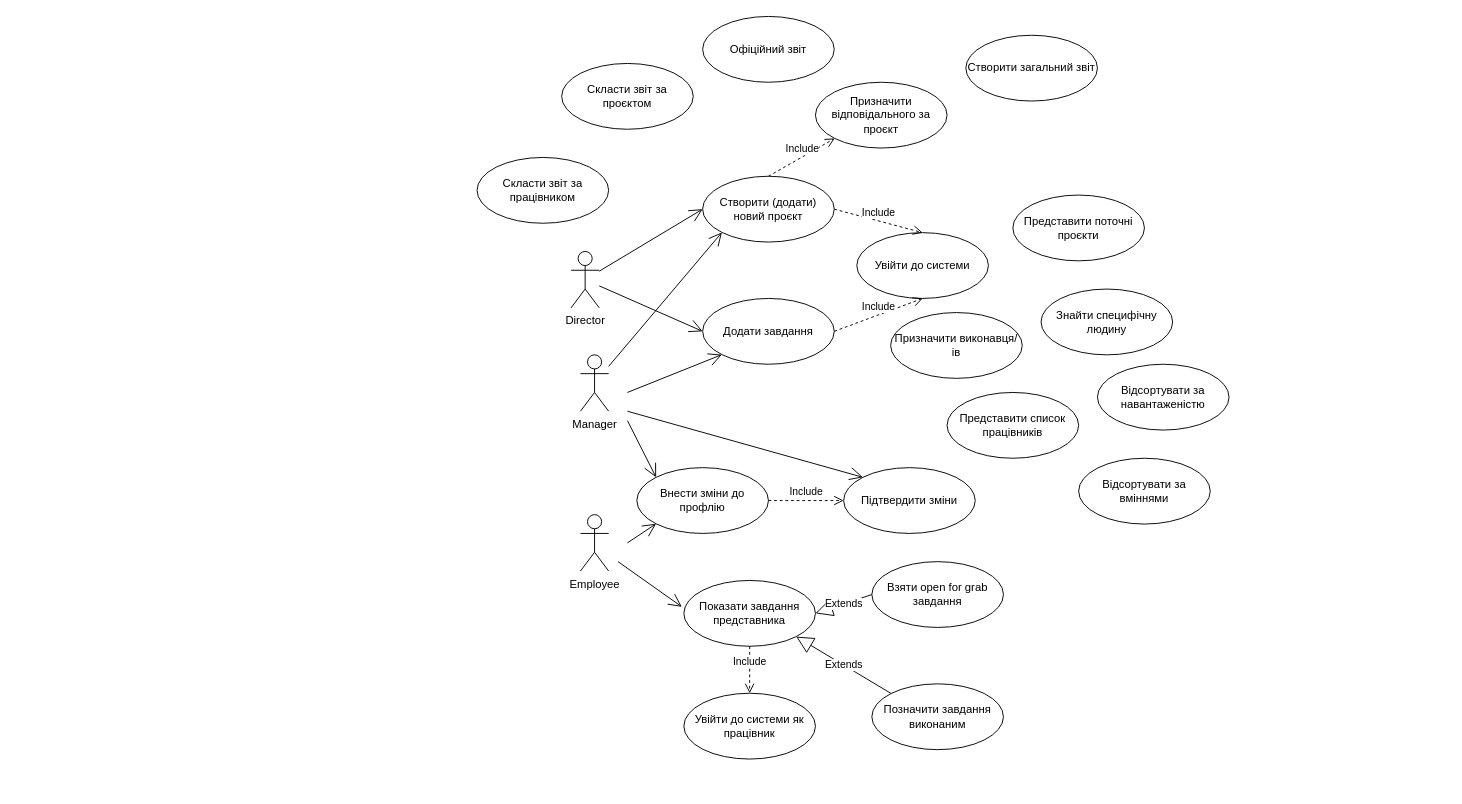
OleksandrPanasenko/AIS_projects-for-university- keeps this draw.io diagram as Діаграма без назви.drawio. Above is the earlier version. Source tidied: cells renumbered, new cells numbered last; positions are measured from the earlier drawing's top-left corner, leaving out a move shared by most shapes. Both pictures are drawn from the tidied source at 94%, with x=0, y=0 at pixel (477, 16).
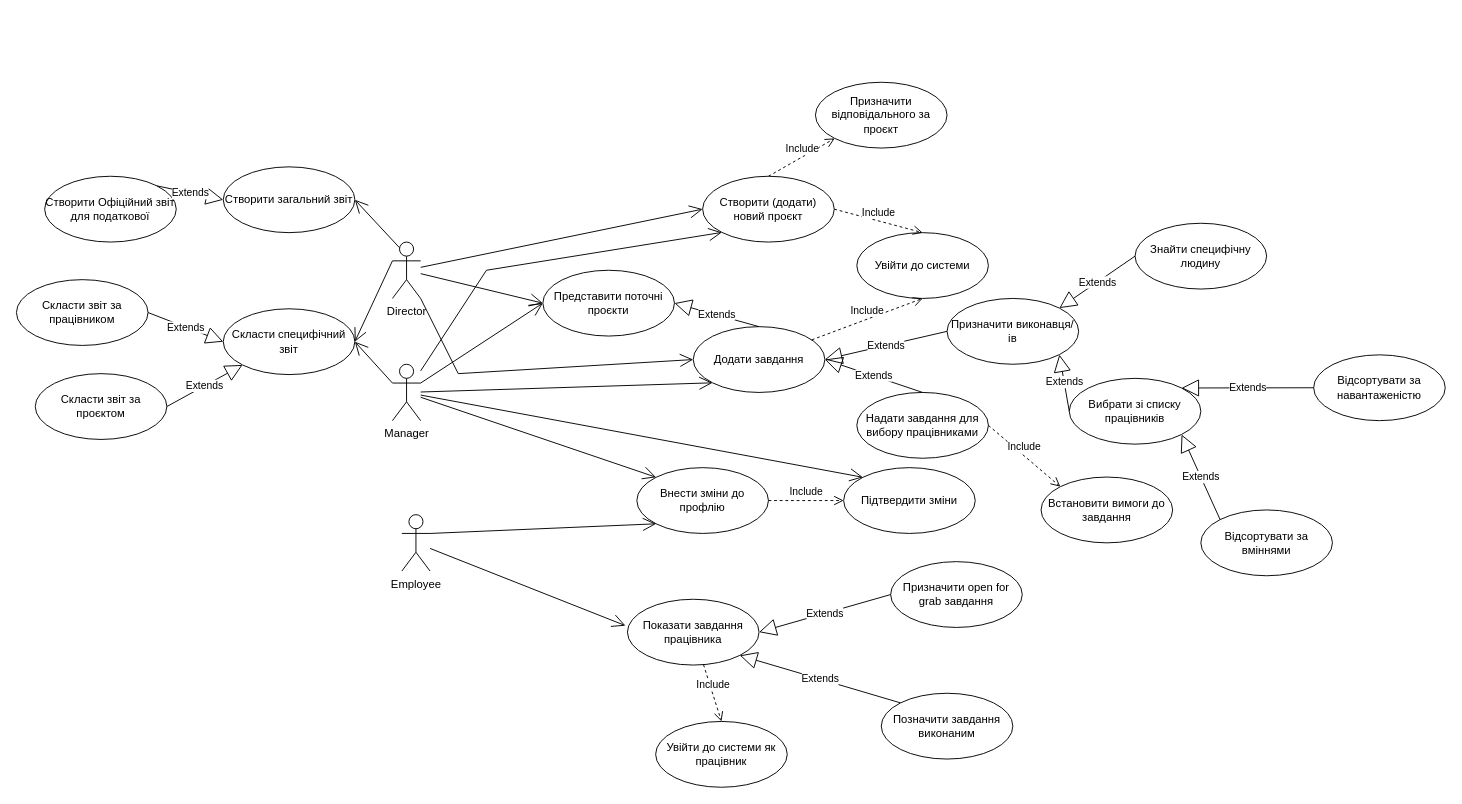
The same diagram, later.

Commit message:
More changes. I have to think more on this

The change refers to these unchanged cells:
```xml
<mxCell id="5" value="Створити (додати) новий проєкт" style="ellipse;whiteSpace=wrap;html=1;" parent="1" vertex="1">
  <mxGeometry x="240" y="170" width="140" height="70" as="geometry" />
</mxCell>
<mxCell id="6" value="Увійти до системи" style="ellipse;whiteSpace=wrap;html=1;" parent="1" vertex="1">
  <mxGeometry x="404" y="230" width="140" height="70" as="geometry" />
</mxCell>
<mxCell id="13" value="Внести зміни до профлію" style="ellipse;whiteSpace=wrap;html=1;" parent="1" vertex="1">
  <mxGeometry x="170" y="480" width="140" height="70" as="geometry" />
</mxCell>
<mxCell id="15" value="Підтвердити зміни" style="ellipse;whiteSpace=wrap;html=1;" parent="1" vertex="1">
  <mxGeometry x="390" y="480" width="140" height="70" as="geometry" />
</mxCell>
```

Change to the diagram source:
```diff
@@
     <mxCell id="2" value="Employee" style="shape=umlActor;verticalLabelPosition=bottom;verticalAlign=top;html=1;outlineConnect=0;" parent="1" vertex="1">
-      <mxGeometry x="110" y="530" width="30" height="60" as="geometry" />
+      <mxGeometry x="-80" y="530" width="30" height="60" as="geometry" />
     </mxCell>
     <mxCell id="3" value="Manager" style="shape=umlActor;verticalLabelPosition=bottom;verticalAlign=top;html=1;outlineConnect=0;" parent="1" vertex="1">
-      <mxGeometry x="110" y="360" width="30" height="60" as="geometry" />
+      <mxGeometry x="-90" y="370" width="30" height="60" as="geometry" />
     </mxCell>
     <mxCell id="4" value="Director" style="shape=umlActor;verticalLabelPosition=bottom;verticalAlign=top;html=1;outlineConnect=0;" parent="1" vertex="1">
-      <mxGeometry x="100" y="250" width="30" height="60" as="geometry" />
+      <mxGeometry x="-90" y="240" width="30" height="60" as="geometry" />
     </mxCell>
@@
     <mxCell id="8" value="Додати завдання" style="ellipse;whiteSpace=wrap;html=1;" parent="1" vertex="1">
-      <mxGeometry x="240" y="300" width="140" height="70" as="geometry" />
+      <mxGeometry x="230" y="330" width="140" height="70" as="geometry" />
     </mxCell>
-    <mxCell id="9" value="Показати завдання представника" style="ellipse;whiteSpace=wrap;html=1;" parent="1" vertex="1">
-      <mxGeometry x="220" y="600" width="140" height="70" as="geometry" />
+    <mxCell id="9" value="Показати завдання працівника" style="ellipse;whiteSpace=wrap;html=1;" parent="1" vertex="1">
+      <mxGeometry x="160" y="620" width="140" height="70" as="geometry" />
     </mxCell>
-    <mxCell id="10" value="Взяти open for grab завдання" style="ellipse;whiteSpace=wrap;html=1;" parent="1" vertex="1">
-      <mxGeometry x="420" y="580" width="140" height="70" as="geometry" />
+    <mxCell id="10" value="Призначити open for grab завдання" style="ellipse;whiteSpace=wrap;html=1;" parent="1" vertex="1">
+      <mxGeometry x="440" y="580" width="140" height="70" as="geometry" />
     </mxCell>
     <mxCell id="11" value="Створити загальний звіт" style="ellipse;whiteSpace=wrap;html=1;" parent="1" vertex="1">
-      <mxGeometry x="520" y="20" width="140" height="70" as="geometry" />
+      <mxGeometry x="-270" y="160" width="140" height="70" as="geometry" />
     </mxCell>
@@
-    <mxCell id="14" value="Include" style="html=1;verticalAlign=bottom;endArrow=open;dashed=1;endSize=8;curved=0;rounded=0;exitX=1;exitY=0.5;exitDx=0;exitDy=0;entryX=0.5;entryY=1;entryDx=0;entryDy=0;" parent="1" edge="1" source="8" target="6">
+    <mxCell id="14" value="Include" style="html=1;verticalAlign=bottom;endArrow=open;dashed=1;endSize=8;curved=0;rounded=0;entryX=0.5;entryY=1;entryDx=0;entryDy=0;" parent="1" edge="1" source="8" target="6">
       <mxGeometry relative="1" as="geometry" />
     </mxCell>
@@
     <mxCell id="16" value="Представити поточні проєкти" style="ellipse;whiteSpace=wrap;html=1;" parent="1" vertex="1">
-      <mxGeometry x="570" y="190" width="140" height="70" as="geometry" />
+      <mxGeometry x="70" y="270" width="140" height="70" as="geometry" />
     </mxCell>
@@
     <mxCell id="18" style="endArrow=open;endFill=1;endSize=12;html=1;rounded=0;entryX=0;entryY=0.5;entryDx=0;entryDy=0;" parent="1" edge="1" source="4" target="8">
-      <mxGeometry relative="1" as="geometry" />
+      <mxGeometry relative="1" as="geometry">
+        <Array as="points">
+          <mxPoint x="-20" y="380" />
+        </Array>
+      </mxGeometry>
     </mxCell>
     <mxCell id="19" style="endArrow=open;endFill=1;endSize=12;html=1;rounded=0;entryX=0;entryY=1;entryDx=0;entryDy=0;" parent="1" edge="1" source="3" target="5">
-      <mxGeometry relative="1" as="geometry" />
+      <mxGeometry relative="1" as="geometry">
+        <Array as="points">
+          <mxPoint x="10" y="270" />
+        </Array>
+      </mxGeometry>
     </mxCell>
-    <mxCell id="20" style="endArrow=open;endFill=1;endSize=12;html=1;rounded=0;entryX=0;entryY=1;entryDx=0;entryDy=0;" parent="1" edge="1" target="8">
-      <mxGeometry relative="1" as="geometry">
-        <mxPoint x="160" y="400" as="sourcePoint" />
-      </mxGeometry>
+    <mxCell id="20" style="endArrow=open;endFill=1;endSize=12;html=1;rounded=0;entryX=0;entryY=1;entryDx=0;entryDy=0;" parent="1" edge="1" source="3" target="8">
+      <mxGeometry relative="1" as="geometry" />
     </mxCell>
@@
     <mxCell id="23" value="Увійти до системи як працівник" style="ellipse;whiteSpace=wrap;html=1;" parent="1" vertex="1">
-      <mxGeometry x="220" y="720" width="140" height="70" as="geometry" />
+      <mxGeometry x="190" y="750" width="140" height="70" as="geometry" />
     </mxCell>
@@
-    <mxCell id="25" style="endArrow=open;endFill=1;endSize=12;html=1;rounded=0;entryX=0;entryY=0;entryDx=0;entryDy=0;" parent="1" edge="1" target="15">
-      <mxGeometry relative="1" as="geometry">
-        <mxPoint x="160" y="420" as="sourcePoint" />
-      </mxGeometry>
+    <mxCell id="25" style="endArrow=open;endFill=1;endSize=12;html=1;rounded=0;entryX=0;entryY=0;entryDx=0;entryDy=0;" parent="1" edge="1" source="3" target="15">
+      <mxGeometry relative="1" as="geometry" />
     </mxCell>
-    <mxCell id="26" style="endArrow=open;endFill=1;endSize=12;html=1;rounded=0;entryX=0;entryY=0;entryDx=0;entryDy=0;" parent="1" edge="1" target="13">
-      <mxGeometry relative="1" as="geometry">
-        <mxPoint x="160" y="430" as="sourcePoint" />
-      </mxGeometry>
+    <mxCell id="26" style="endArrow=open;endFill=1;endSize=12;html=1;rounded=0;entryX=0;entryY=0;entryDx=0;entryDy=0;" parent="1" edge="1" source="3" target="13">
+      <mxGeometry relative="1" as="geometry" />
     </mxCell>
-    <mxCell id="27" style="endArrow=open;endFill=1;endSize=12;html=1;rounded=0;entryX=-0.015;entryY=0.401;entryDx=0;entryDy=0;entryPerimeter=0;" parent="1" edge="1" target="9">
-      <mxGeometry relative="1" as="geometry">
-        <mxPoint x="150" y="580" as="sourcePoint" />
-      </mxGeometry>
+    <mxCell id="27" style="endArrow=open;endFill=1;endSize=12;html=1;rounded=0;entryX=-0.015;entryY=0.401;entryDx=0;entryDy=0;entryPerimeter=0;" parent="1" edge="1" source="2" target="9">
+      <mxGeometry relative="1" as="geometry" />
     </mxCell>
@@
-    <mxCell id="29" style="endArrow=open;endFill=1;endSize=12;html=1;rounded=0;entryX=0;entryY=1;entryDx=0;entryDy=0;" parent="1" edge="1" target="13">
-      <mxGeometry relative="1" as="geometry">
-        <mxPoint x="160" y="560" as="sourcePoint" />
-      </mxGeometry>
+    <mxCell id="29" style="endArrow=open;endFill=1;endSize=12;html=1;rounded=0;entryX=0;entryY=1;entryDx=0;entryDy=0;exitX=1;exitY=0.3333333333333333;exitDx=0;exitDy=0;exitPerimeter=0;" parent="1" edge="1" source="2" target="13">
+      <mxGeometry relative="1" as="geometry" />
     </mxCell>
     <mxCell id="30" value="Призначити виконавця/ів" style="ellipse;whiteSpace=wrap;html=1;" parent="1" vertex="1">
-      <mxGeometry x="440" y="315" width="140" height="70" as="geometry" />
+      <mxGeometry x="500" y="300" width="140" height="70" as="geometry" />
     </mxCell>
@@
     <mxCell id="32" value="Позначити завдання виконаним" style="ellipse;whiteSpace=wrap;html=1;" parent="1" vertex="1">
-      <mxGeometry x="420" y="710" width="140" height="70" as="geometry" />
+      <mxGeometry x="430" y="720" width="140" height="70" as="geometry" />
     </mxCell>
-    <mxCell id="33" value="Офіційний звіт" style="ellipse;whiteSpace=wrap;html=1;" parent="1" vertex="1">
-      <mxGeometry x="240" width="140" height="70" as="geometry" />
+    <mxCell id="33" value="Створити Офіційний звіт для податкової" style="ellipse;whiteSpace=wrap;html=1;" parent="1" vertex="1">
+      <mxGeometry x="-460" y="170" width="140" height="70" as="geometry" />
     </mxCell>
     <mxCell id="34" value="Скласти звіт за проєктом" style="ellipse;whiteSpace=wrap;html=1;" parent="1" vertex="1">
-      <mxGeometry x="90" y="50" width="140" height="70" as="geometry" />
+      <mxGeometry x="-470" y="380" width="140" height="70" as="geometry" />
     </mxCell>
     <mxCell id="35" value="Скласти звіт за працівником" style="ellipse;whiteSpace=wrap;html=1;" parent="1" vertex="1">
-      <mxGeometry y="150" width="140" height="70" as="geometry" />
+      <mxGeometry x="-490" y="280" width="140" height="70" as="geometry" />
     </mxCell>
     <mxCell id="36" value="Знайти специфічну людину" style="ellipse;whiteSpace=wrap;html=1;" parent="1" vertex="1">
-      <mxGeometry x="600" y="290" width="140" height="70" as="geometry" />
+      <mxGeometry x="700" y="220" width="140" height="70" as="geometry" />
     </mxCell>
-    <mxCell id="37" value="Представити список працівників" style="ellipse;whiteSpace=wrap;html=1;" parent="1" vertex="1">
-      <mxGeometry x="500" y="400" width="140" height="70" as="geometry" />
+    <mxCell id="37" value="Вибрати зі списку працівників" style="ellipse;whiteSpace=wrap;html=1;" parent="1" vertex="1">
+      <mxGeometry x="630" y="385" width="140" height="70" as="geometry" />
     </mxCell>
     <mxCell id="38" value="Відсортувати за навантаженістю" style="ellipse;whiteSpace=wrap;html=1;" parent="1" vertex="1">
-      <mxGeometry x="660" y="370" width="140" height="70" as="geometry" />
+      <mxGeometry x="890" y="360" width="140" height="70" as="geometry" />
     </mxCell>
     <mxCell id="39" value="Відсортувати за вміннями" style="ellipse;whiteSpace=wrap;html=1;" parent="1" vertex="1">
-      <mxGeometry x="640" y="470" width="140" height="70" as="geometry" />
+      <mxGeometry x="770" y="525" width="140" height="70" as="geometry" />
     </mxCell>
+    <mxCell id="40" value="Extends" style="endArrow=block;endSize=16;endFill=0;html=1;rounded=0;entryX=1;entryY=1;entryDx=0;entryDy=0;exitX=0;exitY=0;exitDx=0;exitDy=0;" parent="1" edge="1" source="39" target="37">
+      <mxGeometry relative="1" as="geometry" />
+    </mxCell>
+    <mxCell id="41" value="Extends" style="endArrow=block;endSize=16;endFill=0;html=1;rounded=0;entryX=1;entryY=0;entryDx=0;entryDy=0;exitX=0;exitY=0.5;exitDx=0;exitDy=0;" parent="1" edge="1" source="38" target="37">
+      <mxGeometry relative="1" as="geometry" />
+    </mxCell>
+    <mxCell id="42" value="Extends" style="endArrow=block;endSize=16;endFill=0;html=1;rounded=0;entryX=1;entryY=0;entryDx=0;entryDy=0;exitX=0;exitY=0.5;exitDx=0;exitDy=0;" parent="1" edge="1" source="36" target="30">
+      <mxGeometry relative="1" as="geometry" />
+    </mxCell>
+    <mxCell id="43" value="Extends" style="endArrow=block;endSize=16;endFill=0;html=1;rounded=0;entryX=1;entryY=1;entryDx=0;entryDy=0;exitX=0;exitY=0.5;exitDx=0;exitDy=0;" parent="1" edge="1" source="37" target="30">
+      <mxGeometry relative="1" as="geometry" />
+    </mxCell>
+    <mxCell id="44" value="Скласти специфічний звіт" style="ellipse;whiteSpace=wrap;html=1;" parent="1" vertex="1">
+      <mxGeometry x="-270" y="311" width="140" height="70" as="geometry" />
+    </mxCell>
+    <mxCell id="45" style="endArrow=open;endFill=1;endSize=12;html=1;rounded=0;entryX=1;entryY=0.5;entryDx=0;entryDy=0;exitX=0;exitY=0.3333333333333333;exitDx=0;exitDy=0;exitPerimeter=0;" parent="1" edge="1" source="3" target="44">
+      <mxGeometry relative="1" as="geometry" />
+    </mxCell>
+    <mxCell id="46" style="endArrow=open;endFill=1;endSize=12;html=1;rounded=0;entryX=1;entryY=0.5;entryDx=0;entryDy=0;exitX=0;exitY=0.3333333333333333;exitDx=0;exitDy=0;exitPerimeter=0;" parent="1" edge="1" source="4" target="44">
+      <mxGeometry relative="1" as="geometry" />
+    </mxCell>
+    <mxCell id="47" style="endArrow=open;endFill=1;endSize=12;html=1;rounded=0;exitX=0.25;exitY=0.1;exitDx=0;exitDy=0;exitPerimeter=0;entryX=1;entryY=0.5;entryDx=0;entryDy=0;" parent="1" edge="1" source="4" target="11">
+      <mxGeometry relative="1" as="geometry" />
+    </mxCell>
+    <mxCell id="48" value="Extends" style="endArrow=block;endSize=16;endFill=0;html=1;rounded=0;exitX=1;exitY=0.5;exitDx=0;exitDy=0;entryX=0;entryY=0.5;entryDx=0;entryDy=0;" parent="1" edge="1" source="35" target="44">
+      <mxGeometry relative="1" as="geometry" />
+    </mxCell>
+    <mxCell id="49" value="Extends" style="endArrow=block;endSize=16;endFill=0;html=1;rounded=0;exitX=1;exitY=0.5;exitDx=0;exitDy=0;entryX=0;entryY=1;entryDx=0;entryDy=0;" parent="1" edge="1" source="34" target="44">
+      <mxGeometry relative="1" as="geometry" />
+    </mxCell>
+    <mxCell id="50" value="Extends" style="endArrow=block;endSize=16;endFill=0;html=1;rounded=0;exitX=1;exitY=0;exitDx=0;exitDy=0;entryX=0;entryY=0.5;entryDx=0;entryDy=0;" parent="1" edge="1" source="33" target="11">
+      <mxGeometry relative="1" as="geometry" />
+    </mxCell>
+    <mxCell id="51" value="Надати завдання для вибору працівниками" style="ellipse;whiteSpace=wrap;html=1;" parent="1" vertex="1">
+      <mxGeometry x="404" y="400" width="140" height="70" as="geometry" />
+    </mxCell>
+    <mxCell id="52" value="Встановити вимоги до завдання" style="ellipse;whiteSpace=wrap;html=1;" parent="1" vertex="1">
+      <mxGeometry x="600" y="490" width="140" height="70" as="geometry" />
+    </mxCell>
+    <mxCell id="53" value="Include" style="html=1;verticalAlign=bottom;endArrow=open;dashed=1;endSize=8;curved=0;rounded=0;exitX=1;exitY=0.5;exitDx=0;exitDy=0;entryX=0;entryY=0;entryDx=0;entryDy=0;" parent="1" edge="1" source="51" target="52">
+      <mxGeometry relative="1" as="geometry" />
+    </mxCell>
+    <mxCell id="54" style="endArrow=open;endFill=1;endSize=12;html=1;rounded=0;entryX=0;entryY=0.5;entryDx=0;entryDy=0;" parent="1" edge="1" source="4" target="16">
+      <mxGeometry relative="1" as="geometry" />
+    </mxCell>
+    <mxCell id="55" style="endArrow=open;endFill=1;endSize=12;html=1;rounded=0;exitX=1;exitY=0.3333333333333333;exitDx=0;exitDy=0;exitPerimeter=0;entryX=0;entryY=0.5;entryDx=0;entryDy=0;" parent="1" edge="1" source="3" target="16">
+      <mxGeometry relative="1" as="geometry" />
+    </mxCell>
+    <mxCell id="56" value="Extends" style="endArrow=block;endSize=16;endFill=0;html=1;rounded=0;entryX=1;entryY=0.5;entryDx=0;entryDy=0;exitX=0.5;exitY=0;exitDx=0;exitDy=0;" parent="1" edge="1" source="8" target="16">
+      <mxGeometry relative="1" as="geometry" />
+    </mxCell>
+    <mxCell id="57" value="Extends" style="endArrow=block;endSize=16;endFill=0;html=1;rounded=0;entryX=1;entryY=0.5;entryDx=0;entryDy=0;exitX=0;exitY=0.5;exitDx=0;exitDy=0;" parent="1" edge="1" source="30" target="8">
+      <mxGeometry relative="1" as="geometry" />
+    </mxCell>
+    <mxCell id="58" value="Extends" style="endArrow=block;endSize=16;endFill=0;html=1;rounded=0;entryX=1;entryY=0.5;entryDx=0;entryDy=0;exitX=0.5;exitY=0;exitDx=0;exitDy=0;" parent="1" edge="1" source="51" target="8">
+      <mxGeometry relative="1" as="geometry" />
+    </mxCell>
```
